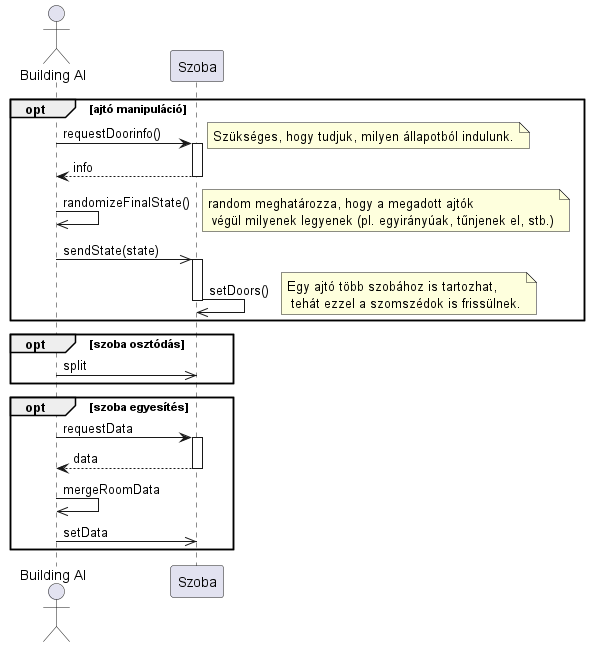
The PlantUML diagram out/diagramms/src/building_change/building_change.png in kipolaris/skyrimscriptsuttogok, before a commit.
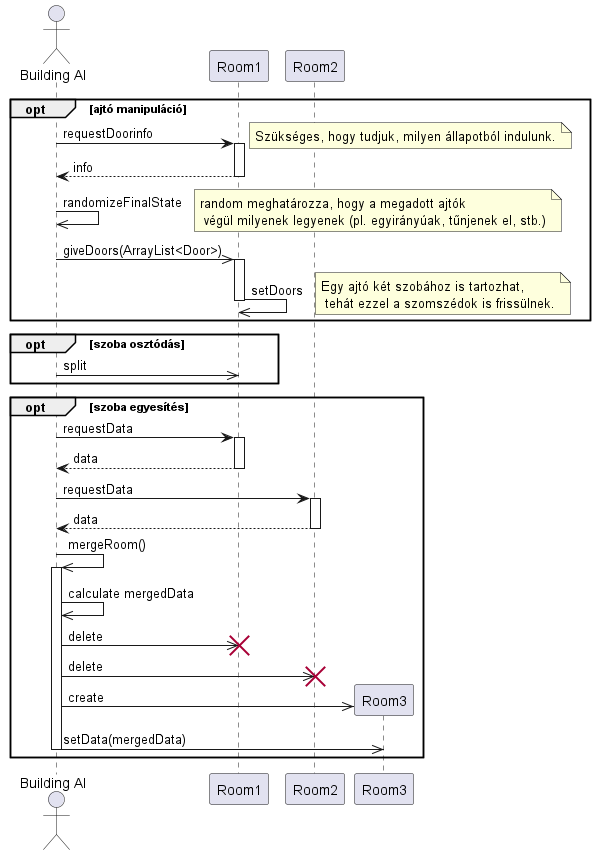
The same diagram one commit later.

What changed in the source:
```diff
@@ -1,39 +1,48 @@
 @startuml building_change
+
 actor "Building AI" as ai
-Participant Szoba as sz
+Participant Room1 as sz
+Participant Room2 as sz2
+Participant Room3 as sz3
 
 opt ajtó manipuláció
 
-ai->sz ++: requestDoorinfo()
-note right: Szükséges, hogy tudjuk, milyen állapotból indulunk.
-return info
+    ai->sz ++: requestDoorinfo
+    note right: Szükséges, hogy tudjuk, milyen állapotból indulunk.
+    return info
 
-ai->>ai : randomizeFinalState()
-note right: random meghatározza, hogy a megadott ajtók \n végül milyenek legyenek (pl. egyirányúak, tűnjenek el, stb.)
+    ai->>ai : randomizeFinalState
+    note right: random meghatározza, hogy a megadott ajtók \n végül milyenek legyenek (pl. egyirányúak, tűnjenek el, stb.)
 
-ai->>sz : sendState(state)
-activate sz
+    ai->>sz : giveDoors(ArrayList<Door>)
+    activate sz
 
-sz->>sz : setDoors()
-deactivate sz
-note right : Egy ajtó több szobához is tartozhat,\n tehát ezzel a szomszédok is frissülnek.
+    sz->>sz : setDoors
+    deactivate sz
+    note right : Egy ajtó két szobához is tartozhat,\n tehát ezzel a szomszédok is frissülnek.
 
 end
 
 opt szoba osztódás
 
-ai->>sz : split
+    ai->>sz : split
 
 end
 
 opt szoba egyesítés
 
-ai->sz ++: requestData
-return data
+    ai->sz ++: requestData
+    return data
+    ai->sz2 ++: requestData
+    return data
 
-ai->>ai : mergeRoomData
-
-ai->>sz : setData
+    ai->>ai ++: mergeRoom()
+    ai->>ai : calculate mergedData
+    ai->>sz !!: delete
+    ai->>sz2 !!: delete
+    ai->>sz3 **: create
+    ai->>sz3 : setData(mergedData)
+    deactivate ai
 
 end
 
```
